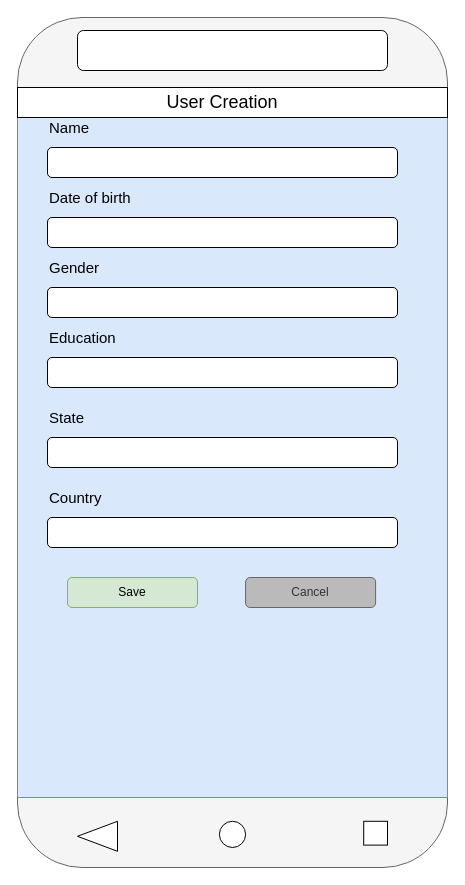
The draw.io diagram practiceform.drawio in vijaykalaiselvan/digrams, before the edit. Source tidied: cells renumbered, new cells numbered last; positions are measured from the earlier drawing's top-left corner, leaving out a move shared by most shapes. Both pictures are drawn from the tidied source at 100%, with x=0, y=0 at pixel (17, 17).
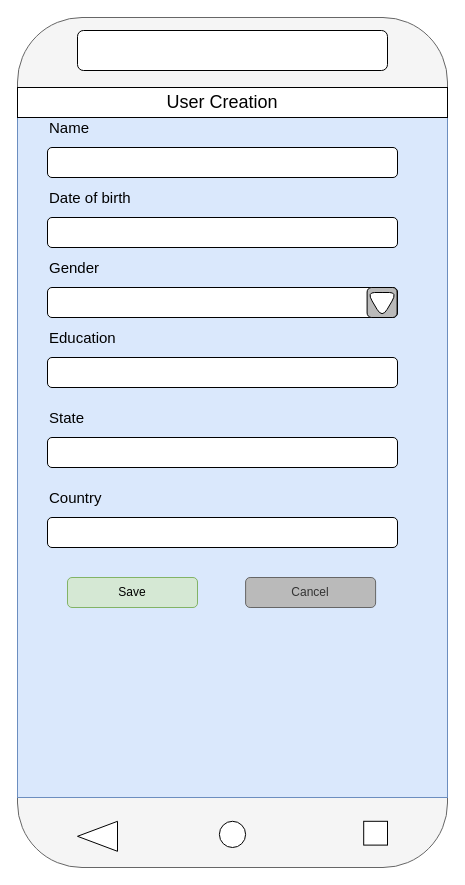
Above is the later version.

What changed in the source:
```diff
@@
+    <mxCell id="24" style="whiteSpace=wrap;html=1;fillColor=#BABABA;rounded=1;" parent="1" vertex="1">
+      <mxGeometry x="349.6" y="270" width="30" height="30" as="geometry" />
+    </mxCell>
+    <mxCell id="25" style="triangle;whiteSpace=wrap;html=1;rounded=1;rotation=90;" parent="1" vertex="1">
+      <mxGeometry x="351.9" y="272.7" width="25.4" height="30" as="geometry" />
+    </mxCell>
```
